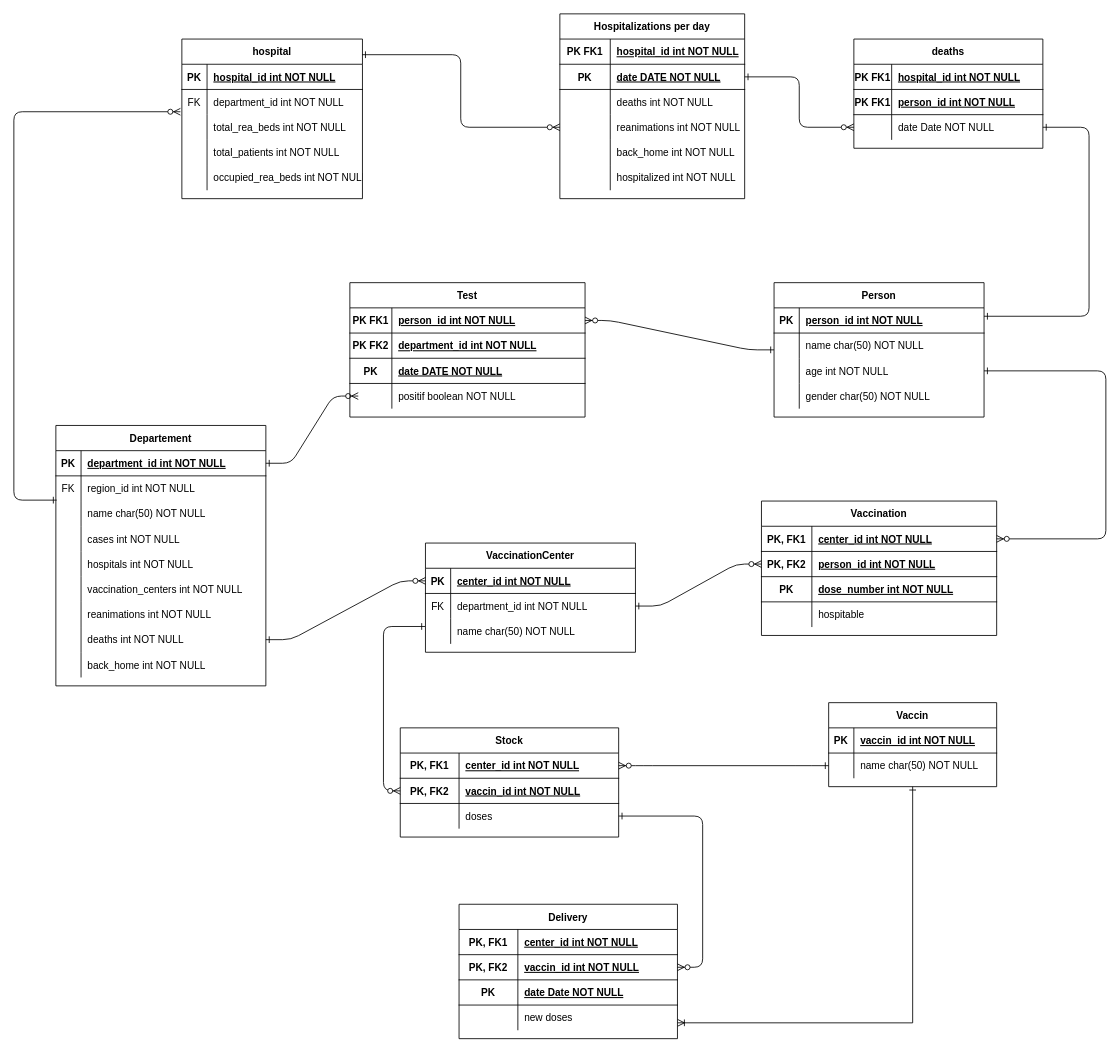
Before: bda/projet.drawio in elhadjhamlaoui/bda, a draw.io diagram. Source tidied: cells renumbered, new cells numbered last; positions are measured from the earlier drawing's top-left corner, leaving out a move shared by most shapes. Both pictures are drawn from the tidied source at 84%, with x=0, y=0 at pixel (13, 13).
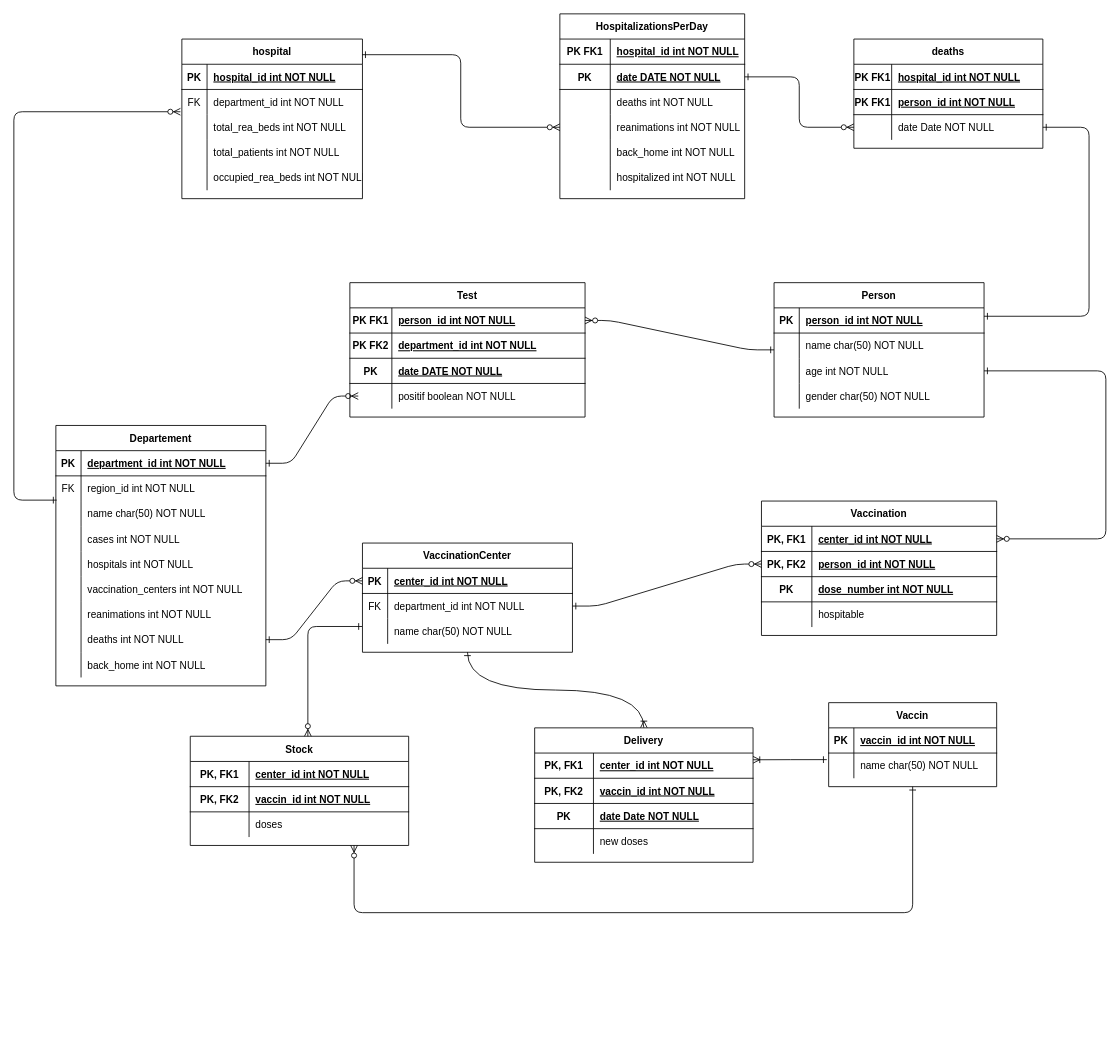
Above is the later version.

The change refers to these unchanged cells:
```xml
<mxCell id="65" style="shape=partialRectangle;fillColor=none;top=0;left=0;bottom=0;right=0;points=[[0,0.5],[1,0.5]];portConstraint=eastwest;" parent="58" vertex="1">
  <mxGeometry y="90" width="250" height="30" as="geometry" />
</mxCell>
<mxCell id="83" style="shape=partialRectangle;fillColor=none;top=0;left=0;bottom=1;right=0;points=[[0,0.5],[1,0.5]];portConstraint=eastwest;" parent="82" vertex="1">
  <mxGeometry y="30" width="260" height="30" as="geometry" />
</mxCell>
<mxCell id="86" style="shape=partialRectangle;fillColor=none;top=0;left=0;bottom=1;right=0;points=[[0,0.5],[1,0.5]];portConstraint=eastwest;" parent="82" vertex="1">
  <mxGeometry y="60" width="260" height="30" as="geometry" />
</mxCell>
<mxCell id="89" style="shape=partialRectangle;fillColor=none;top=0;left=0;bottom=0;right=0;points=[[0,0.5],[1,0.5]];portConstraint=eastwest;" parent="82" vertex="1">
  <mxGeometry y="90" width="260" height="30" as="geometry" />
</mxCell>
<mxCell id="96" style="shape=partialRectangle;fillColor=none;top=0;left=0;bottom=1;right=0;points=[[0,0.5],[1,0.5]];portConstraint=eastwest;" parent="92" vertex="1">
  <mxGeometry y="60" width="260" height="30" as="geometry" />
</mxCell>
<mxCell id="102" style="shape=partialRectangle;fillColor=none;top=0;left=0;bottom=0;right=0;points=[[0,0.5],[1,0.5]];portConstraint=eastwest;" parent="92" vertex="1">
  <mxGeometry y="120" width="260" height="30" as="geometry" />
</mxCell>
<mxCell id="106" value="Vaccin" style="shape=table;startSize=30;childLayout=tableLayout;rowLines=0;fontStyle=1;align=center;" parent="1" vertex="1">
  <mxGeometry x="970" y="820" width="200" height="100" as="geometry" />
</mxCell>
<mxCell id="110" style="shape=partialRectangle;fillColor=none;top=0;left=0;bottom=0;right=0;points=[[0,0.5],[1,0.5]];portConstraint=eastwest;" parent="106" vertex="1">
  <mxGeometry y="60" width="200" height="30" as="geometry" />
</mxCell>
```

Diff of the diagram source:
```diff
@@
+    <mxCell id="167" style="edgeStyle=orthogonalEdgeStyle;rounded=0;jettySize=auto;html=1;exitX=0.5;exitY=1;exitDx=0;exitDy=0;entryX=0.5;entryY=0;entryDx=0;entryDy=0;startArrow=ERone;startFill=0;endArrow=ERoneToMany;endFill=0;curved=1;" parent="1" edge="1" source="58" target="92">
+      <mxGeometry relative="1" as="geometry" />
+    </mxCell>
     <mxCell id="58" value="VaccinationCenter" style="shape=table;startSize=30;childLayout=tableLayout;rowLines=0;fontStyle=1;align=center;" parent="1" vertex="1">
-      <mxGeometry x="490" y="630" width="250" height="130" as="geometry" />
+      <mxGeometry x="415" y="630" width="250" height="130" as="geometry" />
     </mxCell>
@@
     <mxCell id="82" value="Stock" style="shape=table;startSize=30;childLayout=tableLayout;rowLines=0;fontStyle=1;align=center;" parent="1" vertex="1">
-      <mxGeometry x="460" y="850" width="260" height="130" as="geometry" />
+      <mxGeometry x="210" y="860" width="260" height="130" as="geometry" />
     </mxCell>
@@
     <mxCell id="92" value="Delivery" style="shape=table;startSize=30;childLayout=tableLayout;rowLines=0;fontStyle=1;align=center;" parent="1" vertex="1">
-      <mxGeometry x="530" y="1060" width="260" height="160" as="geometry" />
+      <mxGeometry x="620" y="850" width="260" height="160" as="geometry" />
     </mxCell>
@@
-    <mxCell id="105" style="edgeStyle=orthogonalEdgeStyle;rounded=0;jettySize=auto;html=1;exitX=0.5;exitY=1;exitDx=0;exitDy=0;entryX=1.001;entryY=0.705;entryDx=0;entryDy=0;entryPerimeter=0;endArrow=ERoneToMany;endFill=0;startArrow=ERone;startFill=0;" parent="1" edge="1" source="106" target="102">
+    <mxCell id="105" style="edgeStyle=orthogonalEdgeStyle;rounded=0;jettySize=auto;html=1;endArrow=ERoneToMany;endFill=0;startArrow=ERone;startFill=0;exitX=-0.011;exitY=0.261;exitDx=0;exitDy=0;exitPerimeter=0;curved=1;" parent="1" edge="1" source="110">
       <mxGeometry relative="1" as="geometry">
-        <Array as="points">
-          <mxPoint x="1070" y="1201" />
-        </Array>
+        <mxPoint x="880" y="888" as="targetPoint" />
       </mxGeometry>
     </mxCell>
@@
-    <mxCell id="113" style="edgeStyle=entityRelationEdgeStyle;endArrow=ERzeroToMany;startArrow=ERone;endFill=1;startFill=0;exitX=0;exitY=0.5;exitDx=0;exitDy=0;" parent="1" edge="1" source="110" target="83">
-      <mxGeometry relative="1" as="geometry" />
+    <mxCell id="113" style="endArrow=ERzeroToMany;startArrow=ERone;endFill=1;startFill=0;edgeStyle=orthogonalEdgeStyle;entryX=0.75;entryY=1;entryDx=0;entryDy=0;exitX=0.5;exitY=1;exitDx=0;exitDy=0;" parent="1" edge="1" source="106" target="82">
+      <mxGeometry relative="1" as="geometry">
+        <Array as="points">
+          <mxPoint x="1070" y="1070" />
+          <mxPoint x="405" y="1070" />
+        </Array>
+      </mxGeometry>
     </mxCell>
-    <mxCell id="114" style="edgeStyle=entityRelationEdgeStyle;endArrow=ERzeroToMany;startArrow=ERone;endFill=1;startFill=0;exitX=1;exitY=0.5;exitDx=0;exitDy=0;" parent="1" edge="1" source="89" target="96">
-      <mxGeometry relative="1" as="geometry" />
-    </mxCell>
-    <mxCell id="115" style="edgeStyle=elbowEdgeStyle;endArrow=ERzeroToMany;startArrow=ERone;endFill=1;startFill=0;exitX=-0.002;exitY=0.311;exitDx=0;exitDy=0;exitPerimeter=0;" parent="1" edge="1" source="65" target="86">
+    <mxCell id="115" style="edgeStyle=elbowEdgeStyle;endArrow=ERzeroToMany;startArrow=ERone;endFill=1;startFill=0;exitX=-0.002;exitY=0.311;exitDx=0;exitDy=0;exitPerimeter=0;" parent="1" edge="1" source="65" target="82">
       <mxGeometry relative="1" as="geometry">
         <Array as="points">
+          <mxPoint x="350" y="810" />
+          <mxPoint x="370" y="800" />
           <mxPoint x="440" y="790" />
         </Array>
       </mxGeometry>
     </mxCell>
@@
-    <mxCell id="135" value="Hospitalizations per day" style="shape=table;startSize=30;childLayout=tableLayout;rowLines=0;fontStyle=1;align=center;" parent="1" vertex="1">
+    <mxCell id="135" value="HospitalizationsPerDay" style="shape=table;startSize=30;childLayout=tableLayout;rowLines=0;fontStyle=1;align=center;" parent="1" vertex="1">
       <mxGeometry x="650" width="220" height="220" as="geometry" />
     </mxCell>
```
